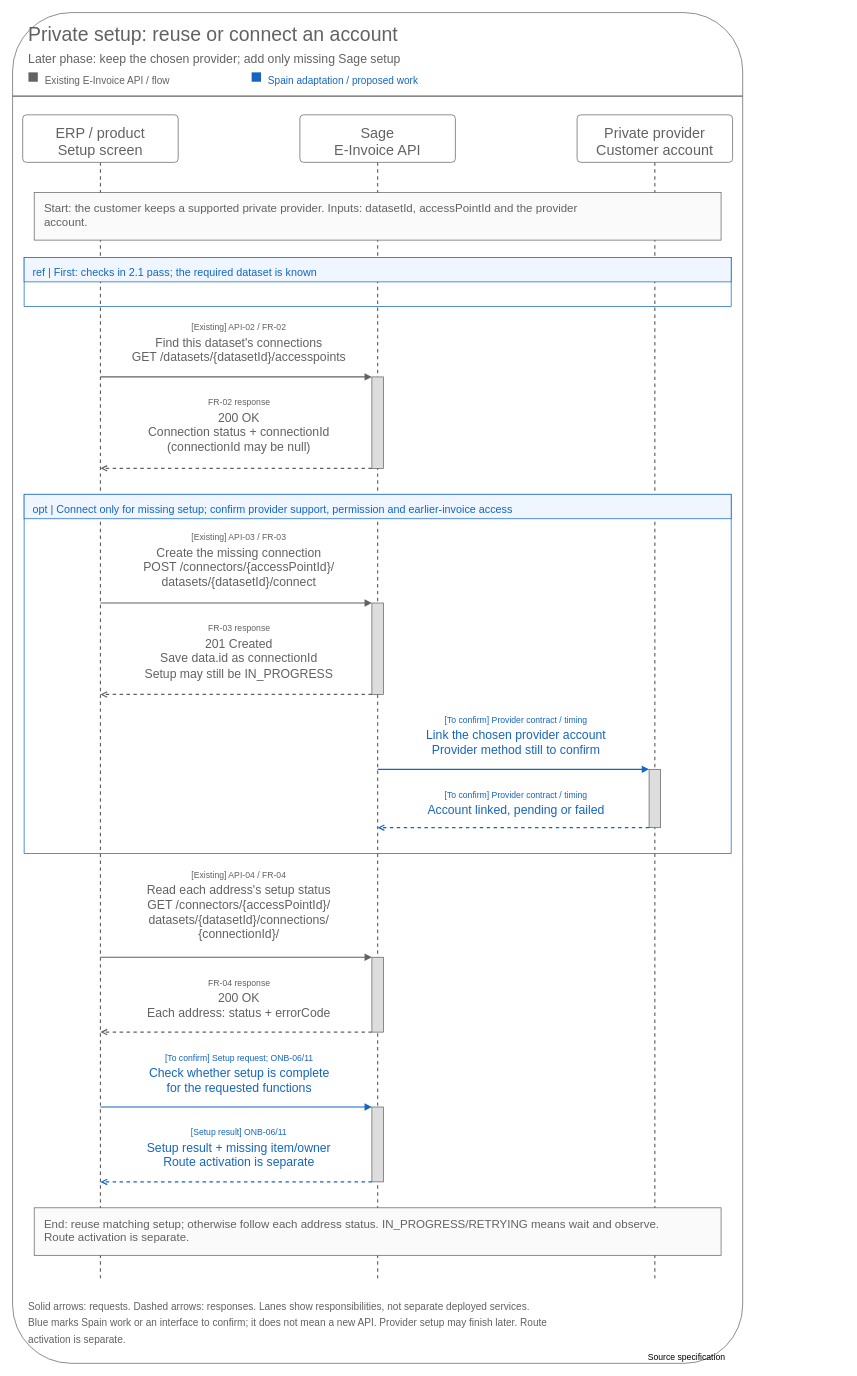
Before: assets/diagrams/onboarding-setup-private-setup-sequence.drawio in jiaxinhe0709/pm_second_brain, a draw.io diagram. Source tidied: cells renumbered, new cells numbered last; positions are measured from the earlier drawing's top-left corner, leaving out a move shared by most shapes. Both pictures are drawn from the tidied source at 72%, with x=0, y=0 at pixel (12, 12).
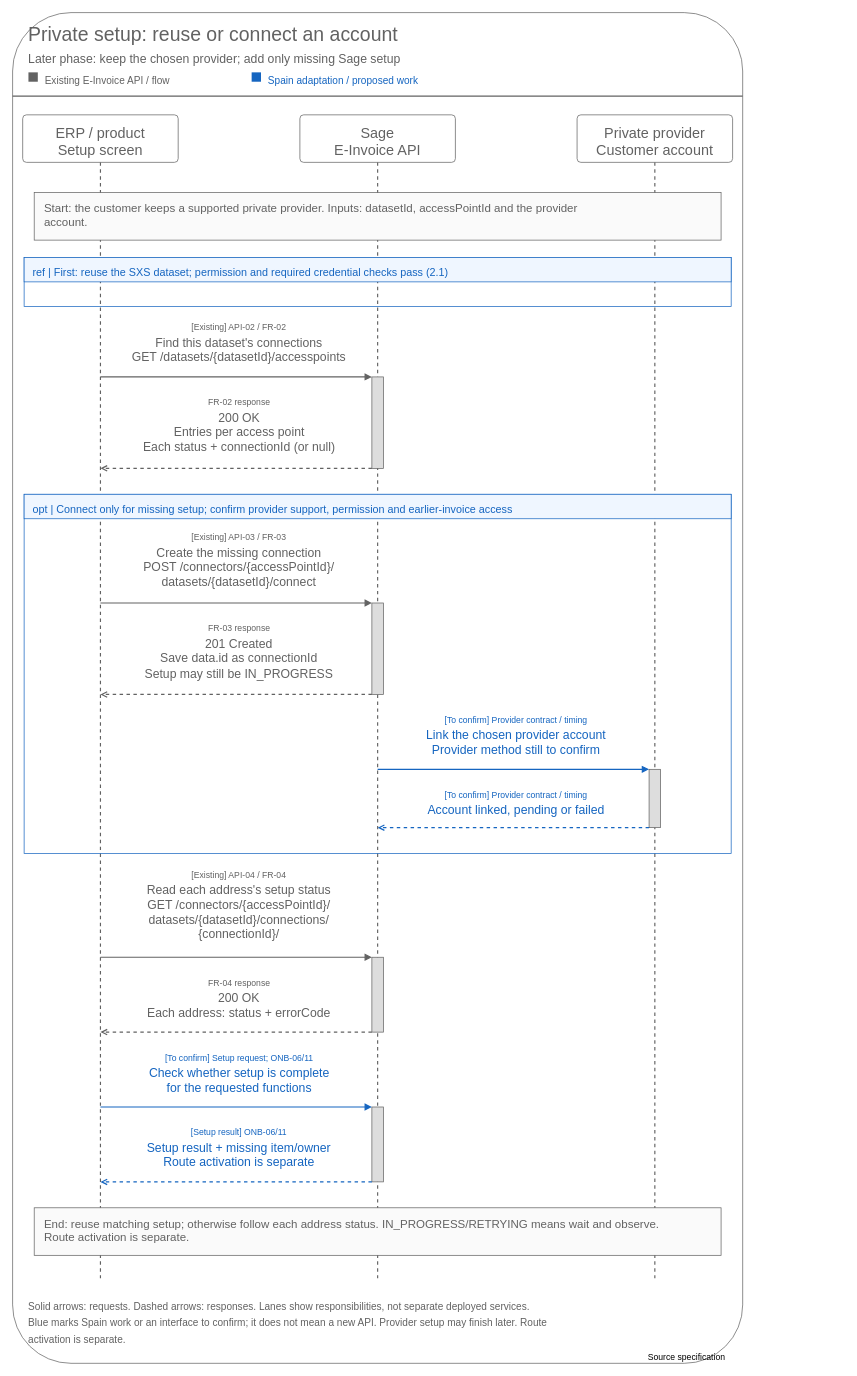
The same page after the edit.

What changed in the source:
```diff
@@
-    <mxCell id="23" value="ref | First: checks in 2.1 pass; the required dataset is known" style="text;html=0;whiteSpace=wrap;spacing=0;verticalAlign=top;align=left;fontSize=15;fontColor=#1565C0;" parent="1" vertex="1">
-      <mxGeometry x="28" y="348" width="597.9" height="26" as="geometry" />
+    <mxCell id="23" value="ref | First: reuse the SXS dataset; permission and required credential checks pass (2.1)" style="text;html=0;whiteSpace=wrap;spacing=0;verticalAlign=top;align=left;fontSize=15;fontColor=#1565C0;" parent="1" vertex="1">
+      <mxGeometry x="28" y="348" width="843.6" height="26" as="geometry" />
     </mxCell>
@@
-    <mxCell id="36" value="200 OK&#10;Connection status + connectionId&#10;(connectionId may be null)" style="text;html=0;whiteSpace=wrap;spacing=0;verticalAlign=top;align=center;fontSize=17;fontColor=#626262;" parent="1" vertex="1">
-      <mxGeometry x="137.1" y="549" width="354.7" height="72" as="geometry" />
+    <mxCell id="36" value="200 OK&#10;Entries per access point&#10;Each status + connectionId (or null)" style="text;html=0;whiteSpace=wrap;spacing=0;verticalAlign=top;align=center;fontSize=17;fontColor=#626262;" parent="1" vertex="1">
+      <mxGeometry x="115.7" y="549" width="397.6" height="72" as="geometry" />
     </mxCell>
```
